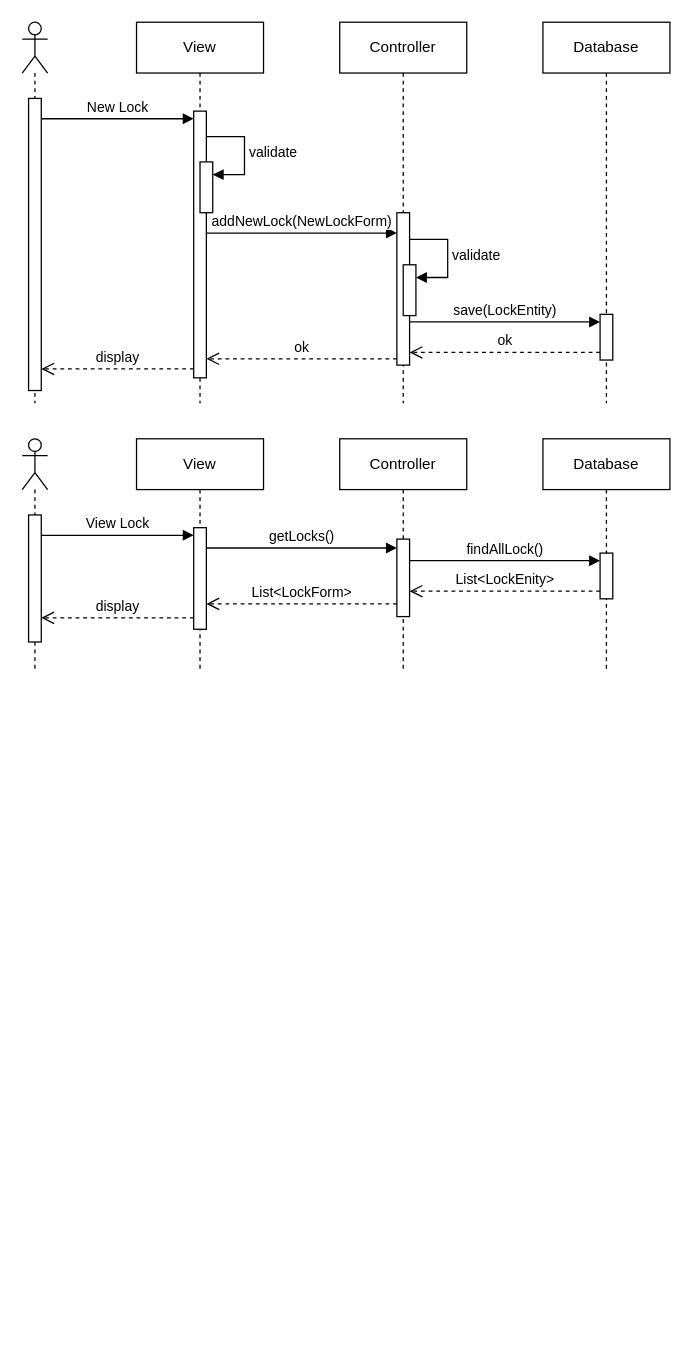
This is doc/diagrams/LockSequenceDiagram.drawio from DuckTheMug/image-server-for-iot-entry, a draw.io file, before an edit. Source tidied: cells renumbered, new cells numbered last; positions are measured from the earlier drawing's top-left corner, leaving out a move shared by most shapes. Both pictures are drawn from the tidied source at 127%, with x=0, y=0 at pixel (22, 22).
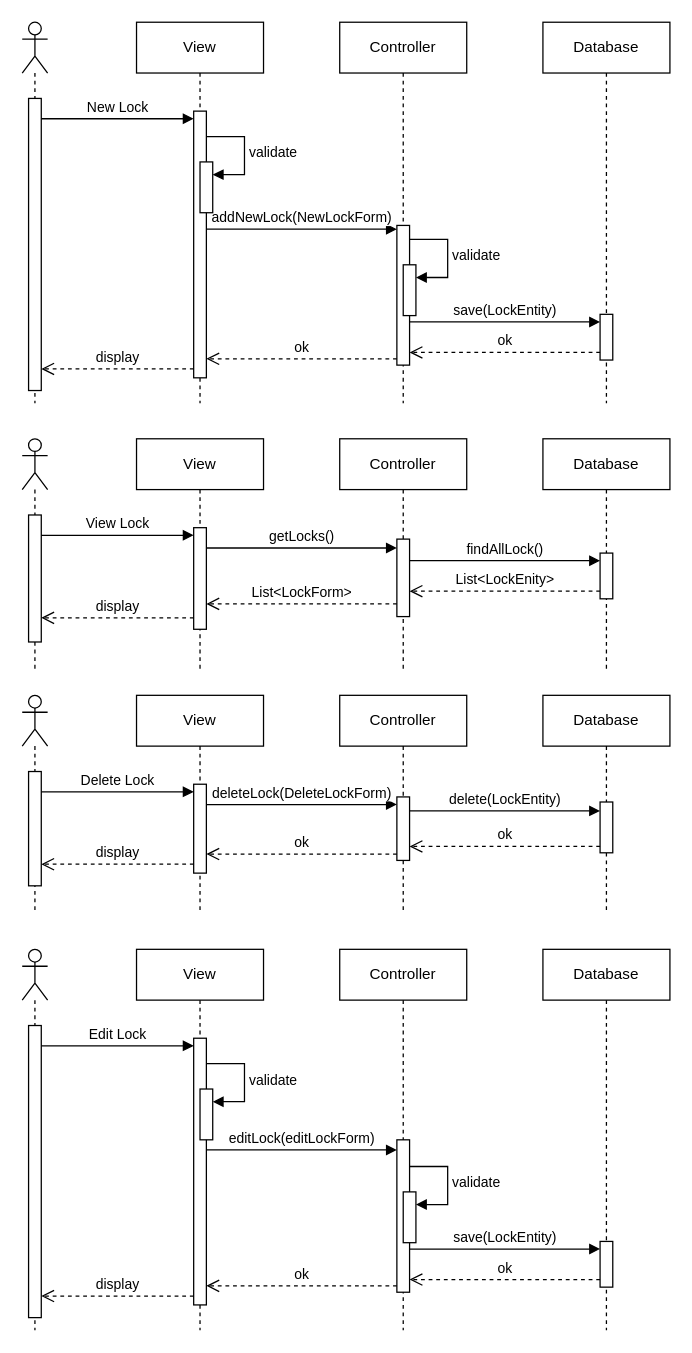
After the change.

Unchanged cells that the change refers to:
```xml
<mxCell id="8" value="Controller" style="shape=umlLifeline;perimeter=lifelinePerimeter;whiteSpace=wrap;html=1;newEdgeStyle={&quot;curved&quot;:0,&quot;rounded&quot;:0};" parent="1" vertex="1">
  <mxGeometry x="250" width="100" height="300" as="geometry" />
</mxCell>
```

Change to the diagram source:
```diff
@@
+    <mxCell id="15" value="addNewLock(NewLockForm)" style="html=1;verticalAlign=bottom;endArrow=block;curved=0;rounded=0;" parent="1" edge="1">
+      <mxGeometry relative="1" as="geometry">
+        <mxPoint x="145" y="163" as="sourcePoint" />
+        <mxPoint x="295" y="163" as="targetPoint" />
+      </mxGeometry>
+    </mxCell>
@@
     <mxCell id="9" style="html=1;perimeter=orthogonalPerimeter;targetShapes=umlLifeline;newEdgeStyle={&quot;curved&quot;:0,&quot;rounded&quot;:0};" parent="8" vertex="1">
-      <mxGeometry x="45" y="150" width="10" height="120" as="geometry" />
+      <mxGeometry x="45" y="160" width="10" height="110" as="geometry" />
     </mxCell>
@@
-    <mxCell id="15" value="addNewLock(NewLockForm)" style="html=1;verticalAlign=bottom;endArrow=block;curved=0;rounded=0;" parent="1" edge="1">
-      <mxGeometry relative="1" as="geometry">
-        <mxPoint x="145" y="166" as="sourcePoint" />
-        <mxPoint x="295" y="166" as="targetPoint" />
-      </mxGeometry>
-    </mxCell>
@@
+    <mxCell id="34" style="shape=umlLifeline;perimeter=lifelinePerimeter;whiteSpace=wrap;html=1;newEdgeStyle={&quot;curved&quot;:0,&quot;rounded&quot;:0};participant=umlActor;" parent="1" vertex="1">
+      <mxGeometry y="530" width="20" height="170" as="geometry" />
+    </mxCell>
+    <mxCell id="35" style="html=1;perimeter=orthogonalPerimeter;targetShapes=umlLifeline;newEdgeStyle={&quot;curved&quot;:0,&quot;rounded&quot;:0};" parent="34" vertex="1">
+      <mxGeometry x="5" y="60" width="10" height="90" as="geometry" />
+    </mxCell>
+    <mxCell id="36" value="&lt;div&gt;View&lt;/div&gt;" style="shape=umlLifeline;perimeter=lifelinePerimeter;whiteSpace=wrap;html=1;newEdgeStyle={&quot;curved&quot;:0,&quot;rounded&quot;:0};" parent="1" vertex="1">
+      <mxGeometry x="90" y="530" width="100" height="170" as="geometry" />
+    </mxCell>
+    <mxCell id="37" style="html=1;perimeter=orthogonalPerimeter;targetShapes=umlLifeline;newEdgeStyle={&quot;curved&quot;:0,&quot;rounded&quot;:0};" parent="36" vertex="1">
+      <mxGeometry x="45" y="70" width="10" height="70" as="geometry" />
+    </mxCell>
+    <mxCell id="38" value="Controller" style="shape=umlLifeline;perimeter=lifelinePerimeter;whiteSpace=wrap;html=1;newEdgeStyle={&quot;curved&quot;:0,&quot;rounded&quot;:0};" parent="1" vertex="1">
+      <mxGeometry x="250" y="530" width="100" height="170" as="geometry" />
+    </mxCell>
+    <mxCell id="39" style="html=1;perimeter=orthogonalPerimeter;targetShapes=umlLifeline;newEdgeStyle={&quot;curved&quot;:0,&quot;rounded&quot;:0};" parent="38" vertex="1">
+      <mxGeometry x="45" y="80" width="10" height="50" as="geometry" />
+    </mxCell>
+    <mxCell id="40" value="Database" style="shape=umlLifeline;perimeter=lifelinePerimeter;whiteSpace=wrap;html=1;newEdgeStyle={&quot;curved&quot;:0,&quot;rounded&quot;:0};" parent="1" vertex="1">
+      <mxGeometry x="410" y="530" width="100" height="170" as="geometry" />
+    </mxCell>
+    <mxCell id="41" style="html=1;perimeter=orthogonalPerimeter;targetShapes=umlLifeline;newEdgeStyle={&quot;curved&quot;:0,&quot;rounded&quot;:0};" parent="40" vertex="1">
+      <mxGeometry x="45" y="84" width="10" height="40" as="geometry" />
+    </mxCell>
+    <mxCell id="42" value="Delete Lock" style="html=1;verticalAlign=bottom;endArrow=block;curved=0;rounded=0;" parent="1" edge="1">
+      <mxGeometry relative="1" as="geometry">
+        <mxPoint x="15" y="606" as="sourcePoint" />
+        <mxPoint x="135" y="606" as="targetPoint" />
+      </mxGeometry>
+    </mxCell>
+    <mxCell id="43" value="deleteLock(DeleteLockForm)" style="html=1;verticalAlign=bottom;endArrow=block;curved=0;rounded=0;" parent="1" edge="1">
+      <mxGeometry relative="1" as="geometry">
+        <mxPoint x="145" y="616" as="sourcePoint" />
+        <mxPoint x="295" y="616" as="targetPoint" />
+      </mxGeometry>
+    </mxCell>
+    <mxCell id="44" value="delete(LockEntity)" style="html=1;verticalAlign=bottom;endArrow=block;curved=0;rounded=0;" parent="1" edge="1">
+      <mxGeometry relative="1" as="geometry">
+        <mxPoint x="305" y="621" as="sourcePoint" />
+        <mxPoint x="455" y="621" as="targetPoint" />
+      </mxGeometry>
+    </mxCell>
+    <mxCell id="45" value="ok" style="html=1;verticalAlign=bottom;endArrow=open;dashed=1;endSize=8;curved=0;rounded=0;" parent="1" edge="1">
+      <mxGeometry relative="1" as="geometry">
+        <mxPoint x="455" y="649" as="sourcePoint" />
+        <mxPoint x="305" y="649" as="targetPoint" />
+      </mxGeometry>
+    </mxCell>
+    <mxCell id="46" value="ok" style="html=1;verticalAlign=bottom;endArrow=open;dashed=1;endSize=8;curved=0;rounded=0;" parent="1" edge="1">
+      <mxGeometry relative="1" as="geometry">
+        <mxPoint x="295" y="655" as="sourcePoint" />
+        <mxPoint x="145" y="655" as="targetPoint" />
+      </mxGeometry>
+    </mxCell>
+    <mxCell id="47" value="display" style="html=1;verticalAlign=bottom;endArrow=open;dashed=1;endSize=8;curved=0;rounded=0;" parent="1" edge="1">
+      <mxGeometry relative="1" as="geometry">
+        <mxPoint x="135" y="663" as="sourcePoint" />
+        <mxPoint x="15" y="663" as="targetPoint" />
+      </mxGeometry>
+    </mxCell>
+    <mxCell id="48" style="shape=umlLifeline;perimeter=lifelinePerimeter;whiteSpace=wrap;html=1;newEdgeStyle={&quot;curved&quot;:0,&quot;rounded&quot;:0};participant=umlActor;" parent="1" vertex="1">
+      <mxGeometry y="730" width="20" height="300" as="geometry" />
+    </mxCell>
+    <mxCell id="49" style="html=1;perimeter=orthogonalPerimeter;targetShapes=umlLifeline;newEdgeStyle={&quot;curved&quot;:0,&quot;rounded&quot;:0};" parent="48" vertex="1">
+      <mxGeometry x="5" y="60" width="10" height="230" as="geometry" />
+    </mxCell>
+    <mxCell id="50" value="&lt;div&gt;View&lt;/div&gt;" style="shape=umlLifeline;perimeter=lifelinePerimeter;whiteSpace=wrap;html=1;newEdgeStyle={&quot;curved&quot;:0,&quot;rounded&quot;:0};" parent="1" vertex="1">
+      <mxGeometry x="90" y="730" width="100" height="300" as="geometry" />
+    </mxCell>
+    <mxCell id="51" style="html=1;perimeter=orthogonalPerimeter;targetShapes=umlLifeline;newEdgeStyle={&quot;curved&quot;:0,&quot;rounded&quot;:0};" parent="50" vertex="1">
+      <mxGeometry x="45" y="70" width="10" height="210" as="geometry" />
+    </mxCell>
+    <mxCell id="52" style="html=1;points=[[0,0,0,0,5],[0,1,0,0,-5],[1,0,0,0,5],[1,1,0,0,-5]];perimeter=orthogonalPerimeter;outlineConnect=0;targetShapes=umlLifeline;portConstraint=eastwest;newEdgeStyle={&quot;curved&quot;:0,&quot;rounded&quot;:0};" parent="50" vertex="1">
+      <mxGeometry x="50" y="110" width="10" height="40" as="geometry" />
+    </mxCell>
+    <mxCell id="53" value="validate" style="html=1;align=left;spacingLeft=2;endArrow=block;rounded=0;edgeStyle=orthogonalEdgeStyle;curved=0;rounded=0;" parent="50" edge="1" target="52">
+      <mxGeometry relative="1" as="geometry">
+        <mxPoint x="55" y="90" as="sourcePoint" />
+        <Array as="points">
+          <mxPoint x="85" y="120" />
+        </Array>
+      </mxGeometry>
+    </mxCell>
+    <mxCell id="54" value="Controller" style="shape=umlLifeline;perimeter=lifelinePerimeter;whiteSpace=wrap;html=1;newEdgeStyle={&quot;curved&quot;:0,&quot;rounded&quot;:0};" parent="1" vertex="1">
+      <mxGeometry x="250" y="730" width="100" height="300" as="geometry" />
+    </mxCell>
+    <mxCell id="55" style="html=1;perimeter=orthogonalPerimeter;targetShapes=umlLifeline;newEdgeStyle={&quot;curved&quot;:0,&quot;rounded&quot;:0};" parent="54" vertex="1">
+      <mxGeometry x="45" y="150" width="10" height="120" as="geometry" />
+    </mxCell>
+    <mxCell id="56" style="html=1;points=[[0,0,0,0,5],[0,1,0,0,-5],[1,0,0,0,5],[1,1,0,0,-5]];perimeter=orthogonalPerimeter;outlineConnect=0;targetShapes=umlLifeline;portConstraint=eastwest;newEdgeStyle={&quot;curved&quot;:0,&quot;rounded&quot;:0};" parent="54" vertex="1">
+      <mxGeometry x="50" y="191" width="10" height="40" as="geometry" />
+    </mxCell>
+    <mxCell id="57" value="validate" style="html=1;align=left;spacingLeft=2;endArrow=block;rounded=0;edgeStyle=orthogonalEdgeStyle;curved=0;rounded=0;" parent="54" edge="1" target="56">
+      <mxGeometry relative="1" as="geometry">
+        <mxPoint x="55" y="171" as="sourcePoint" />
+        <Array as="points">
+          <mxPoint x="85" y="201" />
+        </Array>
+      </mxGeometry>
+    </mxCell>
+    <mxCell id="58" value="Database" style="shape=umlLifeline;perimeter=lifelinePerimeter;whiteSpace=wrap;html=1;newEdgeStyle={&quot;curved&quot;:0,&quot;rounded&quot;:0};" parent="1" vertex="1">
+      <mxGeometry x="410" y="730" width="100" height="300" as="geometry" />
+    </mxCell>
+    <mxCell id="59" style="html=1;perimeter=orthogonalPerimeter;targetShapes=umlLifeline;newEdgeStyle={&quot;curved&quot;:0,&quot;rounded&quot;:0};" parent="58" vertex="1">
+      <mxGeometry x="45" y="230" width="10" height="36" as="geometry" />
+    </mxCell>
+    <mxCell id="60" value="Edit Lock" style="html=1;verticalAlign=bottom;endArrow=block;curved=0;rounded=0;" parent="1" edge="1">
+      <mxGeometry relative="1" as="geometry">
+        <mxPoint x="15" y="806" as="sourcePoint" />
+        <mxPoint x="135" y="806" as="targetPoint" />
+      </mxGeometry>
+    </mxCell>
+    <mxCell id="61" value="editLock(editLockForm)" style="html=1;verticalAlign=bottom;endArrow=block;curved=0;rounded=0;" parent="1" edge="1">
+      <mxGeometry relative="1" as="geometry">
+        <mxPoint x="145" y="888" as="sourcePoint" />
+        <mxPoint x="295" y="888" as="targetPoint" />
+      </mxGeometry>
+    </mxCell>
+    <mxCell id="62" value="save(LockEntity)" style="html=1;verticalAlign=bottom;endArrow=block;curved=0;rounded=0;" parent="1" edge="1">
+      <mxGeometry relative="1" as="geometry">
+        <mxPoint x="305" y="966" as="sourcePoint" />
+        <mxPoint x="455" y="966" as="targetPoint" />
+      </mxGeometry>
+    </mxCell>
+    <mxCell id="63" value="ok" style="html=1;verticalAlign=bottom;endArrow=open;dashed=1;endSize=8;curved=0;rounded=0;" parent="1" edge="1">
+      <mxGeometry relative="1" as="geometry">
+        <mxPoint x="455" y="990" as="sourcePoint" />
+        <mxPoint x="305" y="990" as="targetPoint" />
+      </mxGeometry>
+    </mxCell>
+    <mxCell id="64" value="ok" style="html=1;verticalAlign=bottom;endArrow=open;dashed=1;endSize=8;curved=0;rounded=0;" parent="1" edge="1">
+      <mxGeometry relative="1" as="geometry">
+        <mxPoint x="295" y="995" as="sourcePoint" />
+        <mxPoint x="145" y="995" as="targetPoint" />
+      </mxGeometry>
+    </mxCell>
+    <mxCell id="65" value="display" style="html=1;verticalAlign=bottom;endArrow=open;dashed=1;endSize=8;curved=0;rounded=0;" parent="1" edge="1">
+      <mxGeometry relative="1" as="geometry">
+        <mxPoint x="135" y="1003" as="sourcePoint" />
+        <mxPoint x="15" y="1003" as="targetPoint" />
+      </mxGeometry>
+    </mxCell>
```
